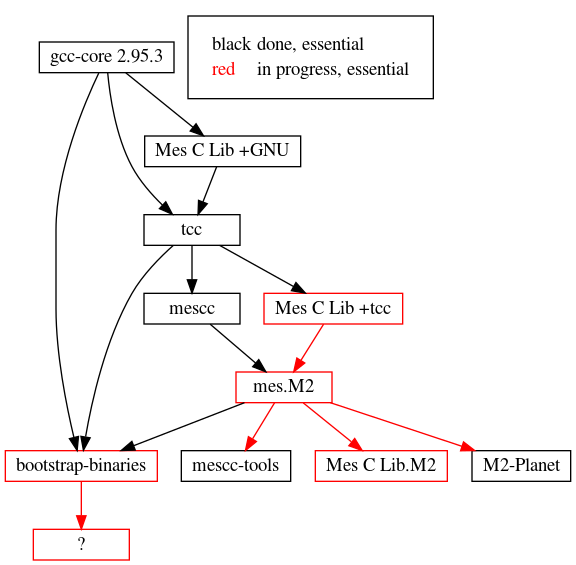
snnw/mes keeps this Graphviz diagram as doc/talks/fosdem20/stage-mes.png. Above is the earlier version. Its source is kept beside it as doc/talks/fosdem20/stage-mes.dot.
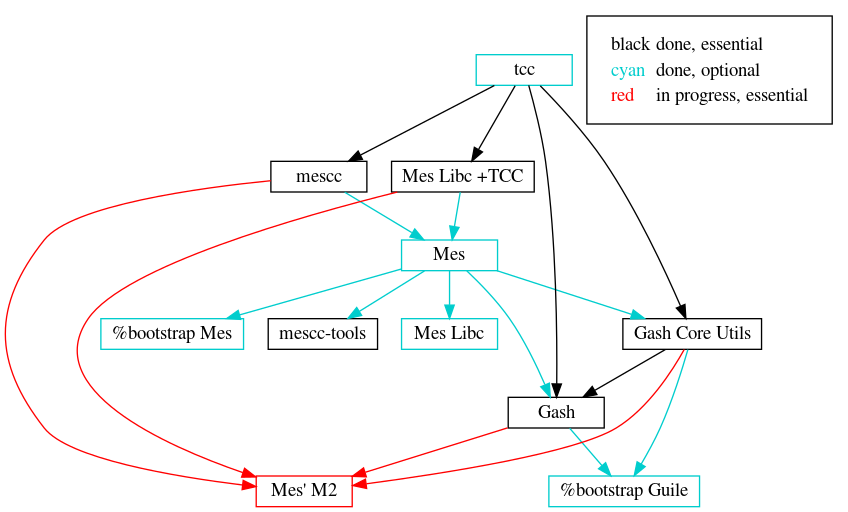
After the commit.

What changed in the source:
```diff
@@ -2,102 +2,128 @@
   node[shape=box,width=1,height=0.25];
   edge [height=0.25];
 
-  # "hex0-monitor" [label = "hex0 Monitor", shape = box];
-  # "hex0-assembler" [label = "hex0 Assembler", shape = box];
-  # "SET" [label = "SET editor", shape = box];
-  # "hex1-assembler" [label = "hex1 Assembler", shape = box];
-  # "hex2-assembler" [label = "hex2 Assembler", shape = box];
-  # "M1-Macro" [label = "M1 Macro assembler", shape = box];
-  # "cat" [label = "cat", shape = box];
-  # "Slow_Lisp" [label = "Slow Lisp", shape = box];
-  # "Stage0-FORTH" [label = "Stage0 FORTH", shape = box];
-  # "cc_x86" [label = "cc_x86", shape = box];
-  # "M2-Planet" [label = "M2-PLanet", shape = box];
-  # "M2-Moon" [label = "M2-Moon", color = red1, shape = box];
-  # "mescc-tools-seed" [label = "mescc-tools-seed", shape = box];
-  "?" [label = "?", color = red1, shape = box];
-  "bootstrap-binaries" [label = "bootstrap-binaries", color = red1, shape = box];
-  "mescc-tools" [label = "mescc-tools", shape = box];
-  "Mes C Lib.M2" [label = "Mes C Lib.M2", color = red1, shape = box];
-  "mes.M2" [label = "mes.M2", color = red1, shape = box];
-  "mescc" [label = "mescc", shape = box];
-  "Mes C Lib +tcc" [label = "Mes C Lib +tcc", color = red1, shape = box];
-  "tcc" [label = "tcc", shape = box];
-  "Mes C Lib +GNU" [label = "Mes C Lib +GNU", shape = box];
-  "gcc-core 2.95.3" [label = "gcc-core 2.95.3", shape = box];
-  # "glibc 2.2.5" [label = "glibc 2.2.5", shape = box];
-  # "gcc 2.95.3" [label = "gcc 2.95.3", shape = box];
+  # "hex0 Monitor" [label = "hex0 Monitor", color = black, shape = box];
+  # "hex0 Assembler" [label = "hex0 Assembler", color = black, shape = box];
+  # "SET" [label = "SET editor", color = cyan3, shape = box];
+  # "hex1 Assembler" [label = "hex1 Assembler", color = black, shape = box];
+  # "hex2 Assembler" [label = "hex2 Assembler", color = black, shape = box];
+  # "M1 Macro assembler" [label = "M1 Macro assembler", color = black, shape = box];
+  # "catm" [label = "catm", color = black, shape = box];
+  # "Slow_Lisp" [label = "Slow Lisp", color = green3, shape = box];
+  # "Stage0-FORTH" [label = "Stage0 FORTH", color = green3, shape = box];
+  # "cc_x86" [label = "cc_x86", color = black, shape = box];
+  # "M2-Planet" [label = "M2-PLanet", color = black, shape = box];
+  # "M2-Moon" [label = "M2-Moon", color = orange, shape = box];
+  # "mescc-tools-seed" [label = "mescc-tools-seed", color = black, shape = box];
+  "%bootstrap Guile" [label = "%bootstrap Guile", color=cyan3, shape = box];
+  "%bootstrap Mes" [label = "%bootstrap Mes", color=cyan3, shape = box];
+  "mescc-tools" [label = "mescc-tools", color = black, shape = box];
+
+  "Mes' M2" [label = "Mes' M2", color = red1, shape = box];
+  # "Mes' Libc M2" [label = "Mes' Libc M2", color = red1, shape = box];
+  "Mes" [label = "Mes", color = cyan3, shape = box];
+  "Mes Libc" [label = "Mes Libc", color = cyan3, shape = box];
+  "mescc" [label = "mescc", color = black, shape = box];
+  "Mes Libc +TCC" [label = "Mes Libc +TCC", color = black, shape = box];
+
+  "tcc" [label = "tcc", color=cyan3, shape = box];
+  # "Mes Libc +GNU" [label = "Mes Libc +GNU", shape = box];
+  # "gcc-core 2.95.3" [label = "gcc-core 2.95.3", shape = box];
+  # "glibc 2.2.5" [label = "glibc 2.2.5", color=cyan3, shape = box];
+  # "gcc 2.95.3" [label = "gcc 2.95.3", color=cyan3, shape = box];
   # "glibc 2.16" [label = "glibc 2.16", shape = box];
-  # "gcc 4.7.4" [label = "gcc 4.7.4", shape = box];
+  # "gcc 4.6.4" [label = "gcc 4.6.4", shape = box];
 
-  # "SET" -> "hex0-monitor" [color = cyan];
-  # "hex0-assembler" -> "hex0-monitor" [color = black];
-  # "hex1-assembler" -> "hex0-assembler" [color = black];
-  # "hex2-assembler" -> "hex1-assembler" [color = black];
-  # "M1-Macro" -> "hex2-assembler" [color = black];
-  # "cat" -> "M1-Macro" [color = cyan];
-  # "Slow_Lisp" -> "M1-Macro" [color = green2];
-  # "Stage0-FORTH" -> "M1-Macro" [color = green2];
-  # "cc_x86" -> "M1-Macro" [color = black];
+  # "SET" -> "hex0 Monitor" [color = cyan];
+  # "hex0 Assembler" -> "hex0 Monitor" [color = black];
+  # "hex1 Assembler" -> "hex0 Assembler" [color = black];
+  # "hex2 Assembler" -> "hex1 Assembler" [color = black];
+  # "M1 Macro assembler" -> "hex2 Assembler" [color = black];
+  # "catm" -> "M1 Macro assembler" [color = cyan];
+  # "Slow_Lisp" -> "M1 Macro assembler" [color = green2];
+  # "Stage0-FORTH" -> "M1 Macro assembler" [color = green2];
+  # "cc_x86" -> "M1 Macro assembler" [color = black];
   # "M2-Planet" -> "cc_x86" [color = black];
-  # "M2-Moon" -> "M1-Macro" [color = red1];
+  # "M2-Moon" -> "M1 Macro assembler" [color = red1];
   # "mescc-tools-seed" -> "cc_x86" [color = black];
   # "mescc-tools" -> "mescc-tools-seed" [color = black];
   # "mescc-tools" -> "M2-Planet" [color = black];
-  "bootstrap-binaries" -> "?" [color = red1];
 
-  "mes.M2" -> "bootstrap-binaries" [color = black];
-  "mes.M2" -> "mescc-tools" [color = red1];
-  "mes.M2" -> "Mes C Lib.M2" [color = red1];
-  "mes.M2" -> "M2-Planet" [color = red1];
-  "mescc" -> "mes.M2" [color = black];
+  "Gash" -> "Mes' M2" [color = red1];
+  "Gash" -> "%bootstrap Guile" [color = cyan3];
+  "Gash Core Utils" -> "Gash" [color = black];
+  "Gash Core Utils" -> "%bootstrap Guile" [color = cyan3];
+  "Gash Core Utils" -> "Mes' M2" [color = red1];
 
-  "Mes C Lib +tcc" -> "mes.M2" [color = red1];
+  # "Mes' Libc M2" -> "M2-Planet" [color = red1];
 
-  "tcc" -> "Mes C Lib +tcc" [color = black];
-  "tcc" -> "bootstrap-binaries" [color = black];
+  # "Mes' M2" -> "mescc-tools" [color = red1];
+  # "Mes' M2" -> "Mes' Libc M2" [color = red1];
+  # "Mes' M2" -> "M2-Planet" [color = black];
+
+  "Mes" -> "mescc-tools" [color = cyan3];
+  "Mes" -> "Mes Libc" [color = cyan3];
+  "Mes" -> "Gash" [color = cyan3];
+  "Mes" -> "Gash Core Utils" [color = cyan3];
+  "Mes" -> "%bootstrap Mes" [color = cyan3];
+
+  "mescc" -> "Mes' M2" [color = red1];
+  "mescc" -> "Mes" [color = cyan3];
+
+  "Mes Libc +TCC" -> "Mes" [color = cyan3];
+  "Mes Libc +TCC" -> "Mes' M2" [color = red1];
+
+  "tcc" -> "Mes Libc +TCC" [color = black];
+  "tcc" -> "Gash" [color = black];
+  "tcc" -> "Gash Core Utils" [color = black];
   "tcc" -> "mescc" [color = black];
 
-  "Mes C Lib +GNU" -> "tcc" [color = black];
+  # "Mes Libc +GNU" -> "tcc" [color = black];
 
-  "gcc-core 2.95.3" -> "Mes C Lib +GNU" [color = black];
-  "gcc-core 2.95.3" -> "bootstrap-binaries" [color = black];
-  "gcc-core 2.95.3" -> "tcc" [color = black];
+  # "gcc-core 2.95.3" -> "Mes Libc +GNU" [color = black];
+  # "gcc-core 2.95.3" -> "Gash" [color = black];
+  # "gcc-core 2.95.3" -> "Gash Core Utils" [color = black];
+  # "gcc-core 2.95.3" -> "tcc" [color = black];
 
-  # "make" -> "Mes C Lib +GNU" [color = black];
+  # "make" -> "Mes Libc +GNU" [color = black];
   # "make" -> "tcc" [color = black];
-  # "make" -> "bootstrap-binaries" [color = black];
+  # "make" -> "Gash" [color = black];
+  # "make" -> "Gash Core Utils" [color = black];
 
   # "glibc 2.2.5" -> "gcc-core 2.95.3" [color = black];
   # "glibc 2.2.5" -> "binutils" [color = black];
-  # "glibc 2.2.5" -> "Mes C Lib +GNU" [color = black];
+  # "glibc 2.2.5" -> "Mes Libc +GNU" [color = black];
   # "glibc 2.2.5" -> "make" [color = black];
-  # "glibc 2.2.5" -> "bootstrap-binaries" [color = black];
+  # "glibc 2.2.5" -> "Gash" [color = black];
+  # "glibc 2.2.5" -> "Gash Core Utils" [color = black];
 
   # "gcc 2.95.3" -> "gcc-core 2.95.3" [color = black];
   # "gcc 2.95.3" -> "binutils" [color = black];
   # "gcc 2.95.3" -> "glibc 2.2.5" [color = black];
   # "gcc 2.95.3" -> "make" [color = black];
-  # "gcc 2.95.3" -> "bootstrap-binaries" [color = black];
+  # "gcc 2.95.3" -> "Gash" [color = black];
+  # "gcc 2.95.3" -> "Gash Core Utils" [color = black];
 
   # "glibc 2.16" -> "glibc 2.2.5" [color = black];
   # "glibc 2.16" -> "binutils" [color = black];
   # "glibc 2.16" -> "gcc 2.95.3" [color = black];
   # "glibc 2.16" -> "make" [color = black];
-  # "glibc 2.16" -> "bootstrap-binaries" [color = black];
+  # "glibc 2.16" -> "Gash" [color = black];
+  # "glibc 2.16" -> "Gash Core Utils" [color = black];
 
-  # "gcc 4.7.4" -> "glibc 2.16" [color = black];
-  # "gcc 4.7.4" -> "binutils" [color = black];
-  # "gcc 4.7.4" -> "gcc 2.95.3" [color = black];
-  # "gcc 4.7.4" -> "make" [color = black];
-  # "gcc 4.7.4" -> "bootstrap-binaries" [color = black];
+  # "gcc 4.6.4" -> "glibc 2.16" [color = black];
+  # "gcc 4.6.4" -> "binutils" [color = black];
+  # "gcc 4.6.4" -> "gcc 2.95.3" [color = black];
+  # "gcc 4.6.4" -> "make" [color = black];
+  # "gcc 4.6.4" -> "Gash" [color = black];
+  # "gcc 4.6.4" -> "Gash Core Utils" [color = black];
 
   node [shape=plaintext]
   subgraph cluster_01 {
     key [label=<<table border="0" cellpadding="2" cellspacing="0" cellborder="0">
       <tr><td align="left"><font color="black">black</font></td><td align="left">done, essential</td></tr>
+      <tr><td align="left"><font color="cyan3">cyan</font></td><td align="left">done, optional</td></tr>
 <!--
-      <tr><td align="left"><font color="cyan3">cyan</font></td><td align="left">done, optional</td></tr>
       <tr><td align="left"><font color="green3">green</font></td><td align="left">done, undecided</td></tr>
 !-->
       <tr><td align="left"><font color="red1">red</font></td><td align="left">in progress, essential</td></tr>
```
